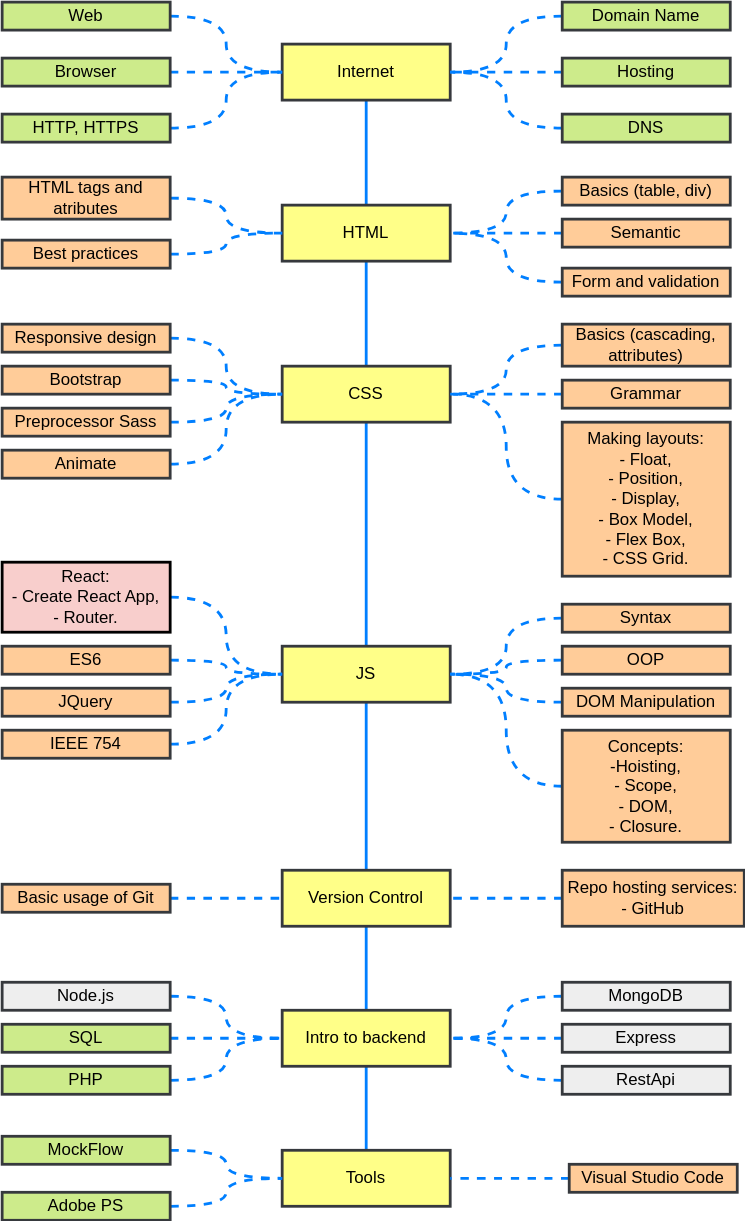
Earlier version of the draw.io export frontend-roadmap/frontendDiagram.svg (dczerniawko/dczerniawko.github.io). Source tidied: cells renumbered, new cells last; positions are measured from the earlier drawing's top-left corner, leaving out a move shared by most shapes.
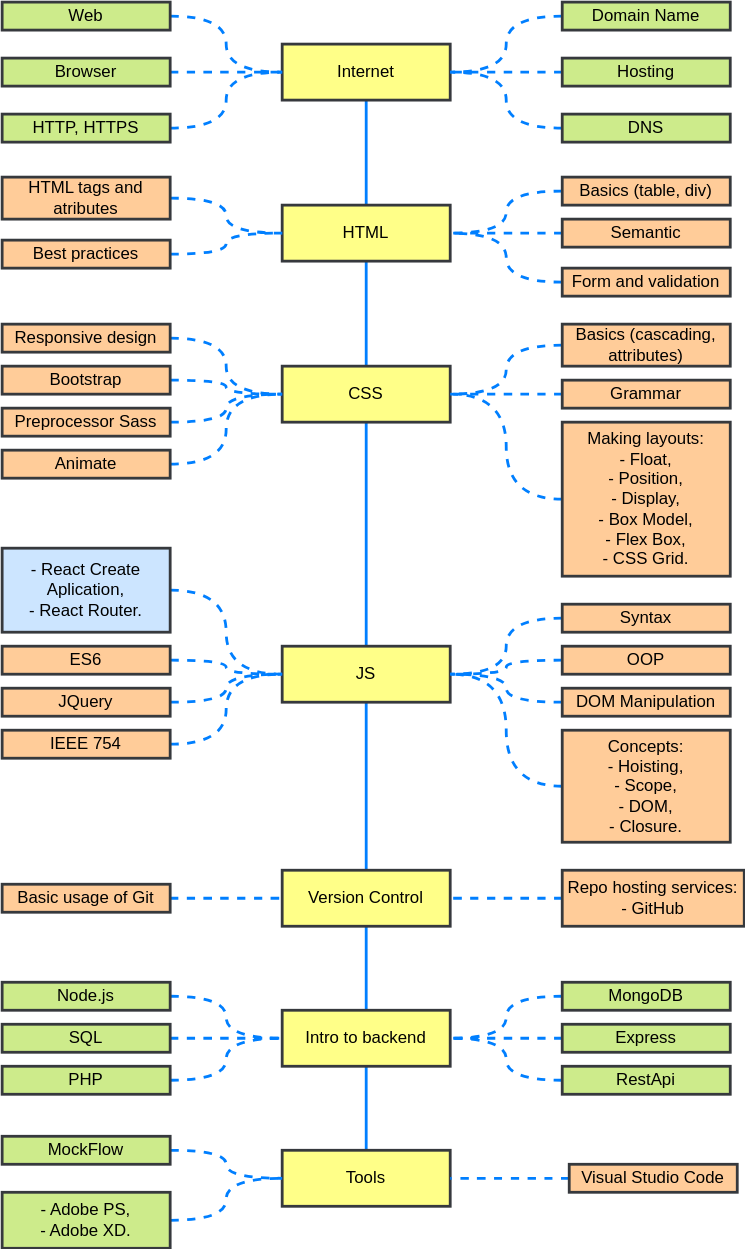
After the commit.

The edit, as a diff of the source:
```diff
@@ -170,13 +170,13 @@
     <mxCell id="57" style="edgeStyle=orthogonalEdgeStyle;curved=1;jettySize=auto;html=1;entryX=0;entryY=0.5;entryDx=0;entryDy=0;dashed=1;endArrow=none;endFill=0;strokeColor=#007FFF;strokeWidth=2;" parent="1" edge="1" source="58" target="9">
       <mxGeometry relative="1" as="geometry" />
     </mxCell>
-    <mxCell id="58" value="&lt;div&gt;React:&lt;/div&gt;&lt;div&gt;- Create React App,&lt;/div&gt;&lt;div&gt;- Router.&lt;br&gt;&lt;/div&gt;" style="rounded=0;whiteSpace=wrap;html=1;strokeWidth=2;fillColor=#f8cecc;" parent="1" vertex="1">
-      <mxGeometry y="400" width="120" height="50" as="geometry" />
+    <mxCell id="58" value="&lt;div&gt;- React Create Aplication,&lt;/div&gt;&lt;div&gt;- React Router.&lt;br&gt;&lt;/div&gt;" style="rounded=0;whiteSpace=wrap;html=1;strokeWidth=2;strokeColor=#36393d;fillColor=#cce5ff;" parent="1" vertex="1">
+      <mxGeometry y="390" width="120" height="60" as="geometry" />
     </mxCell>
     <mxCell id="59" style="edgeStyle=orthogonalEdgeStyle;curved=1;jettySize=auto;html=1;entryX=1;entryY=0.5;entryDx=0;entryDy=0;dashed=1;endArrow=none;endFill=0;strokeColor=#007FFF;strokeWidth=2;" parent="1" edge="1" source="60" target="9">
       <mxGeometry relative="1" as="geometry" />
     </mxCell>
-    <mxCell id="60" value="&lt;div&gt;Concepts: &lt;br&gt;&lt;/div&gt;&lt;div&gt;-Hoisting, &lt;br&gt;&lt;/div&gt;&lt;div&gt;- Scope,&lt;/div&gt;&lt;div&gt; - DOM, &lt;br&gt;&lt;/div&gt;&lt;div&gt;- Closure.&lt;/div&gt;" style="rounded=0;whiteSpace=wrap;html=1;strokeWidth=2;fillColor=#ffcc99;strokeColor=#36393d;" parent="1" vertex="1">
+    <mxCell id="60" value="&lt;div&gt;Concepts: &lt;br&gt;&lt;/div&gt;&lt;div&gt;- Hoisting, &lt;br&gt;&lt;/div&gt;&lt;div&gt;- Scope,&lt;/div&gt;&lt;div&gt; - DOM, &lt;br&gt;&lt;/div&gt;&lt;div&gt;- Closure.&lt;/div&gt;" style="rounded=0;whiteSpace=wrap;html=1;strokeWidth=2;fillColor=#ffcc99;strokeColor=#36393d;" parent="1" vertex="1">
       <mxGeometry x="400" y="520" width="120" height="80" as="geometry" />
     </mxCell>
     <mxCell id="61" style="edgeStyle=orthogonalEdgeStyle;curved=1;jettySize=auto;html=1;entryX=1;entryY=0.5;entryDx=0;entryDy=0;dashed=1;endArrow=none;endFill=0;strokeColor=#007FFF;strokeWidth=2;" parent="1" edge="1" source="62" target="9">
@@ -212,25 +212,25 @@
     <mxCell id="71" style="edgeStyle=orthogonalEdgeStyle;curved=1;jettySize=auto;html=1;entryX=1;entryY=0.5;entryDx=0;entryDy=0;dashed=1;endArrow=none;endFill=0;strokeColor=#007FFF;strokeWidth=2;" parent="1" edge="1" source="72" target="13">
       <mxGeometry relative="1" as="geometry" />
     </mxCell>
-    <mxCell id="72" value="MongoDB" style="rounded=0;whiteSpace=wrap;html=1;strokeWidth=2;fillColor=#eeeeee;strokeColor=#36393d;" parent="1" vertex="1">
+    <mxCell id="72" value="MongoDB" style="rounded=0;whiteSpace=wrap;html=1;strokeWidth=2;fillColor=#cdeb8b;strokeColor=#36393d;" parent="1" vertex="1">
       <mxGeometry x="400" y="700" width="120" height="20" as="geometry" />
     </mxCell>
     <mxCell id="73" style="edgeStyle=orthogonalEdgeStyle;curved=1;jettySize=auto;html=1;entryX=1;entryY=0.5;entryDx=0;entryDy=0;dashed=1;endArrow=none;endFill=0;strokeColor=#007FFF;strokeWidth=2;" parent="1" edge="1" source="74" target="13">
       <mxGeometry relative="1" as="geometry" />
     </mxCell>
-    <mxCell id="74" value="Express" style="rounded=0;whiteSpace=wrap;html=1;strokeWidth=2;fillColor=#eeeeee;strokeColor=#36393d;" parent="1" vertex="1">
+    <mxCell id="74" value="Express" style="rounded=0;whiteSpace=wrap;html=1;strokeWidth=2;fillColor=#cdeb8b;strokeColor=#36393d;" parent="1" vertex="1">
       <mxGeometry x="400" y="730" width="120" height="20" as="geometry" />
     </mxCell>
     <mxCell id="75" style="edgeStyle=orthogonalEdgeStyle;curved=1;jettySize=auto;html=1;entryX=1;entryY=0.5;entryDx=0;entryDy=0;dashed=1;endArrow=none;endFill=0;strokeColor=#007FFF;strokeWidth=2;" parent="1" edge="1" source="76" target="13">
       <mxGeometry relative="1" as="geometry" />
     </mxCell>
-    <mxCell id="76" value="RestApi" style="rounded=0;whiteSpace=wrap;html=1;strokeWidth=2;fillColor=#eeeeee;strokeColor=#36393d;" parent="1" vertex="1">
+    <mxCell id="76" value="RestApi" style="rounded=0;whiteSpace=wrap;html=1;strokeWidth=2;fillColor=#cdeb8b;strokeColor=#36393d;" parent="1" vertex="1">
       <mxGeometry x="400" y="760" width="120" height="20" as="geometry" />
     </mxCell>
     <mxCell id="77" style="edgeStyle=orthogonalEdgeStyle;curved=1;jettySize=auto;html=1;entryX=0;entryY=0.5;entryDx=0;entryDy=0;dashed=1;endArrow=none;endFill=0;strokeColor=#007FFF;strokeWidth=2;" parent="1" edge="1" source="78" target="13">
       <mxGeometry relative="1" as="geometry" />
     </mxCell>
-    <mxCell id="78" value="Node.js" style="rounded=0;whiteSpace=wrap;html=1;strokeWidth=2;fillColor=#eeeeee;strokeColor=#36393d;" parent="1" vertex="1">
+    <mxCell id="78" value="Node.js" style="rounded=0;whiteSpace=wrap;html=1;strokeWidth=2;fillColor=#cdeb8b;strokeColor=#36393d;" parent="1" vertex="1">
       <mxGeometry y="700" width="120" height="20" as="geometry" />
     </mxCell>
     <mxCell id="79" style="edgeStyle=orthogonalEdgeStyle;curved=1;jettySize=auto;html=1;entryX=0;entryY=0.5;entryDx=0;entryDy=0;dashed=1;endArrow=none;endFill=0;strokeColor=#007FFF;strokeWidth=2;" parent="1" edge="1" source="80" target="13">
@@ -248,8 +248,8 @@
     <mxCell id="83" style="edgeStyle=orthogonalEdgeStyle;curved=1;jettySize=auto;html=1;entryX=0;entryY=0.5;entryDx=0;entryDy=0;dashed=1;endArrow=none;endFill=0;strokeColor=#007FFF;strokeWidth=2;" parent="1" edge="1" source="84" target="14">
       <mxGeometry relative="1" as="geometry" />
     </mxCell>
-    <mxCell id="84" value="Adobe PS" style="rounded=0;whiteSpace=wrap;html=1;strokeWidth=2;fillColor=#cdeb8b;strokeColor=#36393d;" parent="1" vertex="1">
-      <mxGeometry y="850" width="120" height="20" as="geometry" />
+    <mxCell id="84" value="&lt;div&gt;- Adobe PS,&lt;/div&gt;&lt;div&gt;- Adobe XD.&lt;br&gt;&lt;/div&gt;" style="rounded=0;whiteSpace=wrap;html=1;strokeWidth=2;fillColor=#cdeb8b;strokeColor=#36393d;" parent="1" vertex="1">
+      <mxGeometry y="850" width="120" height="40" as="geometry" />
     </mxCell>
     <mxCell id="85" style="edgeStyle=orthogonalEdgeStyle;curved=1;jettySize=auto;html=1;entryX=1;entryY=0.5;entryDx=0;entryDy=0;dashed=1;endArrow=none;endFill=0;strokeColor=#007FFF;strokeWidth=2;" parent="1" edge="1" source="86" target="14">
       <mxGeometry relative="1" as="geometry" />
```
